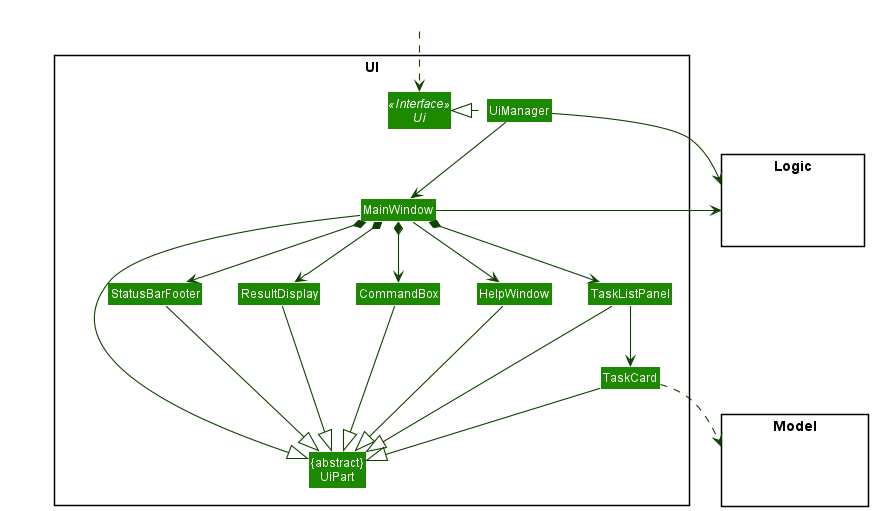
This is docs/images/UiClassDiagram.png from nus-cs2103-AY2021S2/tp, a PlantUML export, as it was before one commit.
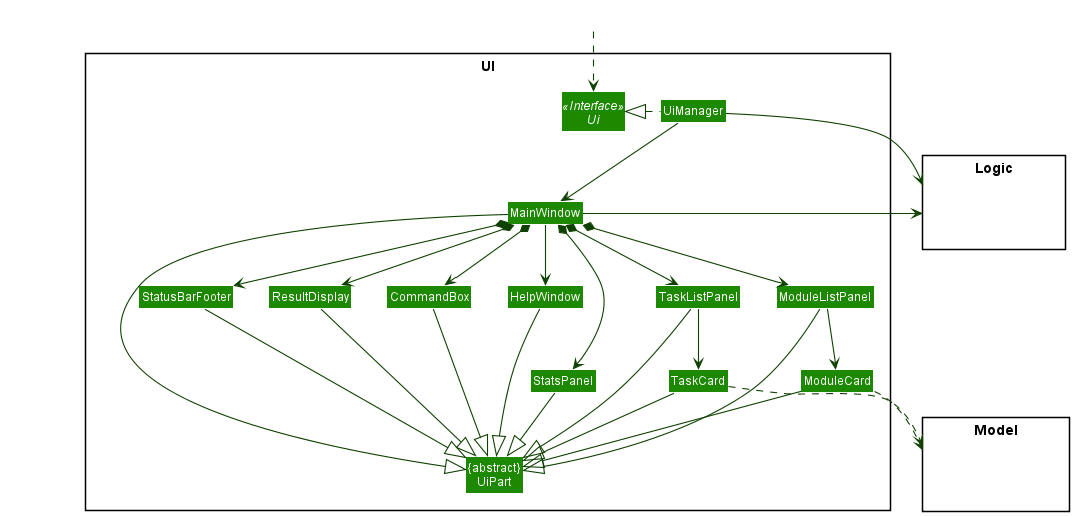
Later version of the same file.

Commit message:
Update Developer Guide UML diagram

Change to the diagram source:
```diff
@@ -12,7 +12,10 @@
 Class HelpWindow
 Class ResultDisplay
 Class TaskListPanel
+Class ModuleListPanel
+Class StatsPanel
 Class TaskCard
+Class ModuleCard
 Class StatusBarFooter
 Class CommandBox
 }
@@ -34,20 +37,27 @@
 MainWindow *-down-> CommandBox
 MainWindow *-down-> ResultDisplay
 MainWindow *-down-> TaskListPanel
+MainWindow *-down-> ModuleListPanel
+MainWindow *-down-> StatsPanel
 MainWindow *-down-> StatusBarFooter
 
 TaskListPanel -down-> TaskCard
+ModuleListPanel -down-> ModuleCard
 
 MainWindow -left-|> UiPart
 
 ResultDisplay --|> UiPart
 CommandBox --|> UiPart
 TaskListPanel --|> UiPart
+ModuleListPanel --|> UiPart
 TaskCard --|> UiPart
+ModuleCard --|> UiPart
+StatsPanel --|> UiPart
 StatusBarFooter --|> UiPart
 HelpWindow -down-|> UiPart
 
 TaskCard ..> Model
+ModuleCard ..> Model
 UiManager -right-> Logic
 MainWindow -left-> Logic
 
```
